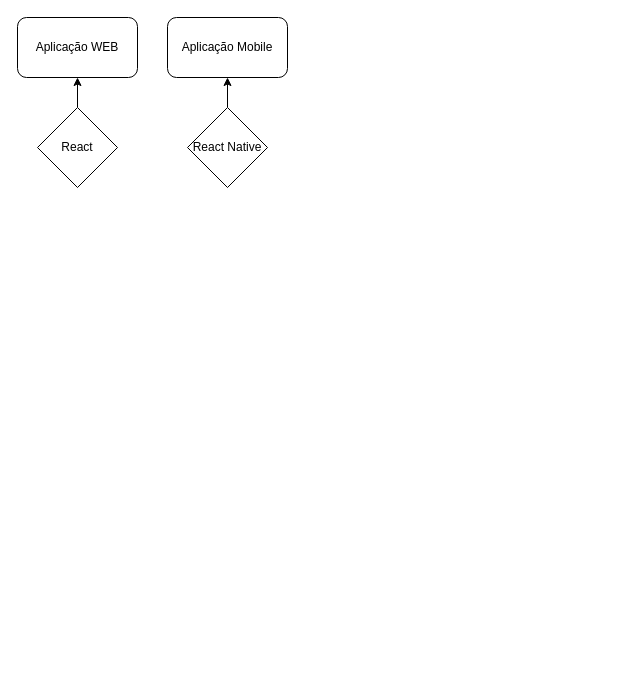
Before: Arquivos/fluxograma/Untitled Diagram.drawio in Vcp290907/AGV-MaQ, a draw.io diagram. Source tidied: cells renumbered, new cells numbered last; positions are measured from the earlier drawing's top-left corner, leaving out a move shared by most shapes. Both pictures are drawn from the tidied source at 100%, with x=0, y=0 at pixel (17, 17).
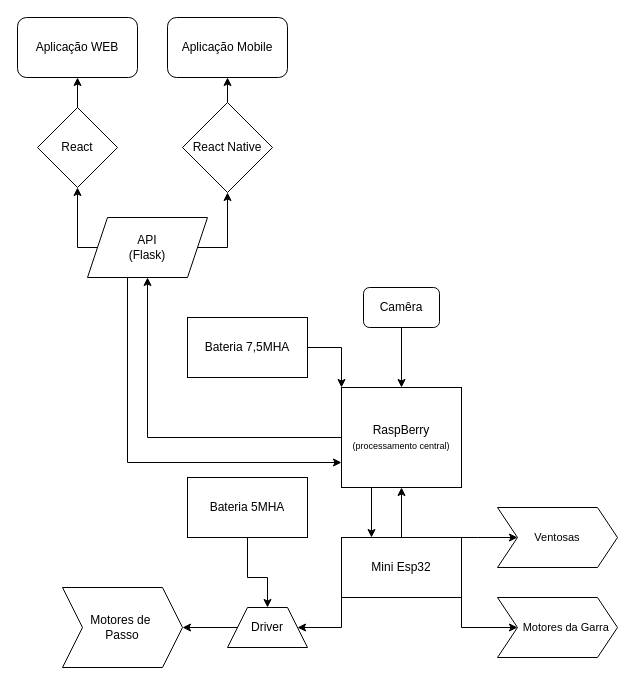
The same page after the edit.

Unchanged cells that the change refers to:
```xml
<mxCell id="5" value="React" style="rhombus;whiteSpace=wrap;html=1;" parent="1" vertex="1">
  <mxGeometry x="20" y="90" width="80" height="80" as="geometry" />
</mxCell>
```

Change to the diagram source:
```diff
@@
     <mxCell id="7" value="React Native" style="rhombus;whiteSpace=wrap;html=1;" parent="1" vertex="1">
-      <mxGeometry x="170" y="90" width="80" height="80" as="geometry" />
+      <mxGeometry x="165" y="85" width="90" height="90" as="geometry" />
     </mxCell>
+    <mxCell id="8" style="edgeStyle=orthogonalEdgeStyle;rounded=0;jettySize=auto;html=1;exitX=0;exitY=0.5;exitDx=0;exitDy=0;entryX=0.5;entryY=1;entryDx=0;entryDy=0;" parent="1" edge="1" source="11" target="5">
+      <mxGeometry relative="1" as="geometry">
+        <Array as="points">
+          <mxPoint x="60" y="230" />
+        </Array>
+      </mxGeometry>
+    </mxCell>
+    <mxCell id="9" style="edgeStyle=orthogonalEdgeStyle;rounded=0;jettySize=auto;html=1;exitX=1;exitY=0.5;exitDx=0;exitDy=0;entryX=0.5;entryY=1;entryDx=0;entryDy=0;" parent="1" edge="1" source="11" target="7">
+      <mxGeometry relative="1" as="geometry">
+        <Array as="points">
+          <mxPoint x="210" y="230" />
+        </Array>
+      </mxGeometry>
+    </mxCell>
+    <mxCell id="10" style="edgeStyle=orthogonalEdgeStyle;rounded=0;jettySize=auto;html=1;exitX=0.25;exitY=1;exitDx=0;exitDy=0;entryX=0;entryY=0.75;entryDx=0;entryDy=0;" parent="1" edge="1" source="11" target="14">
+      <mxGeometry relative="1" as="geometry">
+        <Array as="points">
+          <mxPoint x="110" y="260" />
+          <mxPoint x="110" y="445" />
+        </Array>
+      </mxGeometry>
+    </mxCell>
+    <mxCell id="11" value="API&lt;div&gt;(Flask)&lt;/div&gt;" style="shape=parallelogram;perimeter=parallelogramPerimeter;whiteSpace=wrap;html=1;fixedSize=1;size=20.000000000000114;" parent="1" vertex="1">
+      <mxGeometry x="70" y="200" width="120" height="60" as="geometry" />
+    </mxCell>
+    <mxCell id="12" style="edgeStyle=orthogonalEdgeStyle;rounded=0;jettySize=auto;html=1;exitX=0;exitY=0.5;exitDx=0;exitDy=0;entryX=0.5;entryY=1;entryDx=0;entryDy=0;" parent="1" edge="1" source="14" target="11">
+      <mxGeometry relative="1" as="geometry" />
+    </mxCell>
+    <mxCell id="13" style="edgeStyle=orthogonalEdgeStyle;rounded=0;jettySize=auto;html=1;exitX=0.25;exitY=1;exitDx=0;exitDy=0;entryX=0.25;entryY=0;entryDx=0;entryDy=0;" parent="1" edge="1" source="14" target="19">
+      <mxGeometry relative="1" as="geometry" />
+    </mxCell>
+    <mxCell id="14" value="RaspBerry&lt;div&gt;&lt;font style=&quot;font-size: 9px;&quot;&gt;(processamento central)&lt;/font&gt;&lt;/div&gt;" style="rounded=0;whiteSpace=wrap;html=1;" parent="1" vertex="1">
+      <mxGeometry x="324" y="370" width="120" height="100" as="geometry" />
+    </mxCell>
+    <mxCell id="15" style="edgeStyle=orthogonalEdgeStyle;rounded=0;jettySize=auto;html=1;exitX=0.5;exitY=0;exitDx=0;exitDy=0;" parent="1" edge="1" source="19" target="14">
+      <mxGeometry relative="1" as="geometry" />
+    </mxCell>
+    <mxCell id="16" style="edgeStyle=orthogonalEdgeStyle;rounded=0;jettySize=auto;html=1;exitX=0;exitY=1;exitDx=0;exitDy=0;entryX=1;entryY=0.5;entryDx=0;entryDy=0;" parent="1" edge="1" source="19" target="25">
+      <mxGeometry relative="1" as="geometry">
+        <Array as="points">
+          <mxPoint x="324" y="610" />
+        </Array>
+      </mxGeometry>
+    </mxCell>
+    <mxCell id="17" style="edgeStyle=orthogonalEdgeStyle;rounded=0;jettySize=auto;html=1;exitX=1;exitY=1;exitDx=0;exitDy=0;" parent="1" edge="1" source="19" target="29">
+      <mxGeometry relative="1" as="geometry" />
+    </mxCell>
+    <mxCell id="18" style="edgeStyle=orthogonalEdgeStyle;rounded=0;jettySize=auto;html=1;exitX=1;exitY=0;exitDx=0;exitDy=0;" parent="1" edge="1" source="19" target="30">
+      <mxGeometry relative="1" as="geometry">
+        <Array as="points">
+          <mxPoint x="460" y="520" />
+          <mxPoint x="460" y="520" />
+        </Array>
+      </mxGeometry>
+    </mxCell>
+    <mxCell id="19" value="Mini Esp32" style="rounded=0;whiteSpace=wrap;html=1;" parent="1" vertex="1">
+      <mxGeometry x="324" y="520" width="120" height="60" as="geometry" />
+    </mxCell>
+    <mxCell id="20" style="edgeStyle=orthogonalEdgeStyle;rounded=0;jettySize=auto;html=1;exitX=0.5;exitY=1;exitDx=0;exitDy=0;" parent="1" edge="1" source="21" target="25">
+      <mxGeometry relative="1" as="geometry">
+        <Array as="points">
+          <mxPoint x="230" y="560" />
+          <mxPoint x="250" y="560" />
+        </Array>
+      </mxGeometry>
+    </mxCell>
+    <mxCell id="21" value="Bateria 5MHA" style="rounded=0;whiteSpace=wrap;html=1;" parent="1" vertex="1">
+      <mxGeometry x="170" y="460" width="120" height="60" as="geometry" />
+    </mxCell>
+    <mxCell id="22" style="edgeStyle=orthogonalEdgeStyle;rounded=0;jettySize=auto;html=1;exitX=1;exitY=0.5;exitDx=0;exitDy=0;entryX=0;entryY=0;entryDx=0;entryDy=0;" parent="1" edge="1" source="23" target="14">
+      <mxGeometry relative="1" as="geometry" />
+    </mxCell>
+    <mxCell id="23" value="Bateria 7,5MHA" style="rounded=0;whiteSpace=wrap;html=1;" parent="1" vertex="1">
+      <mxGeometry x="170" y="300" width="120" height="60" as="geometry" />
+    </mxCell>
+    <mxCell id="24" style="edgeStyle=orthogonalEdgeStyle;rounded=0;jettySize=auto;html=1;exitX=0;exitY=0.5;exitDx=0;exitDy=0;" parent="1" edge="1" source="25" target="26">
+      <mxGeometry relative="1" as="geometry" />
+    </mxCell>
+    <mxCell id="25" value="Driver" style="shape=trapezoid;perimeter=trapezoidPerimeter;whiteSpace=wrap;html=1;fixedSize=1;" parent="1" vertex="1">
+      <mxGeometry x="210" y="590" width="80" height="40" as="geometry" />
+    </mxCell>
+    <mxCell id="26" value="Motores de&amp;nbsp;&lt;div&gt;Passo&lt;/div&gt;" style="shape=step;perimeter=stepPerimeter;whiteSpace=wrap;html=1;fixedSize=1;" parent="1" vertex="1">
+      <mxGeometry x="45" y="570" width="120" height="80" as="geometry" />
+    </mxCell>
+    <mxCell id="27" style="edgeStyle=orthogonalEdgeStyle;rounded=0;jettySize=auto;html=1;exitX=0.5;exitY=1;exitDx=0;exitDy=0;entryX=0.5;entryY=0;entryDx=0;entryDy=0;" parent="1" edge="1" source="28" target="14">
+      <mxGeometry relative="1" as="geometry" />
+    </mxCell>
+    <mxCell id="28" value="Camêra" style="rounded=1;whiteSpace=wrap;html=1;" parent="1" vertex="1">
+      <mxGeometry x="346" y="270" width="76" height="40" as="geometry" />
+    </mxCell>
+    <mxCell id="29" value="&lt;font style=&quot;font-size: 11px;&quot;&gt;Motores da Garra&amp;nbsp;&amp;nbsp;&lt;/font&gt;" style="shape=step;perimeter=stepPerimeter;whiteSpace=wrap;html=1;fixedSize=1;align=right;" parent="1" vertex="1">
+      <mxGeometry x="480" y="580" width="120" height="60" as="geometry" />
+    </mxCell>
+    <mxCell id="30" value="&lt;span style=&quot;font-size: 11px;&quot;&gt;Ventosas&lt;/span&gt;" style="shape=step;perimeter=stepPerimeter;whiteSpace=wrap;html=1;fixedSize=1;align=center;" parent="1" vertex="1">
+      <mxGeometry x="480" y="490" width="120" height="60" as="geometry" />
+    </mxCell>
```
